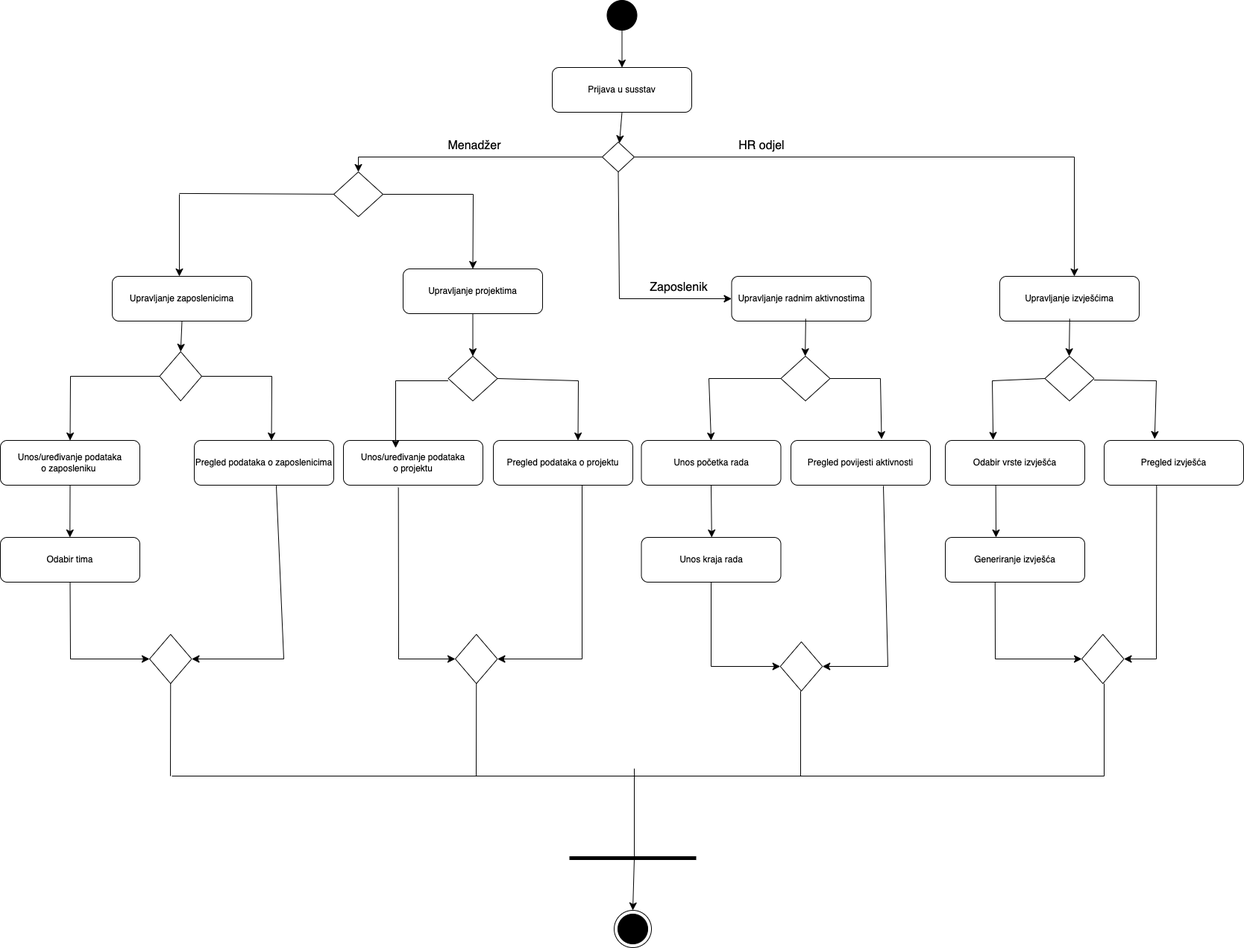
The draw.io diagram Specifkacija dizajna/Objektni model/Dijagram aktivnosti.png in JelenaPetrusic/Projektiranje-informacijskih-sustava, before a commit. Source tidied: cells renumbered, new cells last; positions are measured from the earlier drawing's top-left corner, leaving out a move shared by most shapes.
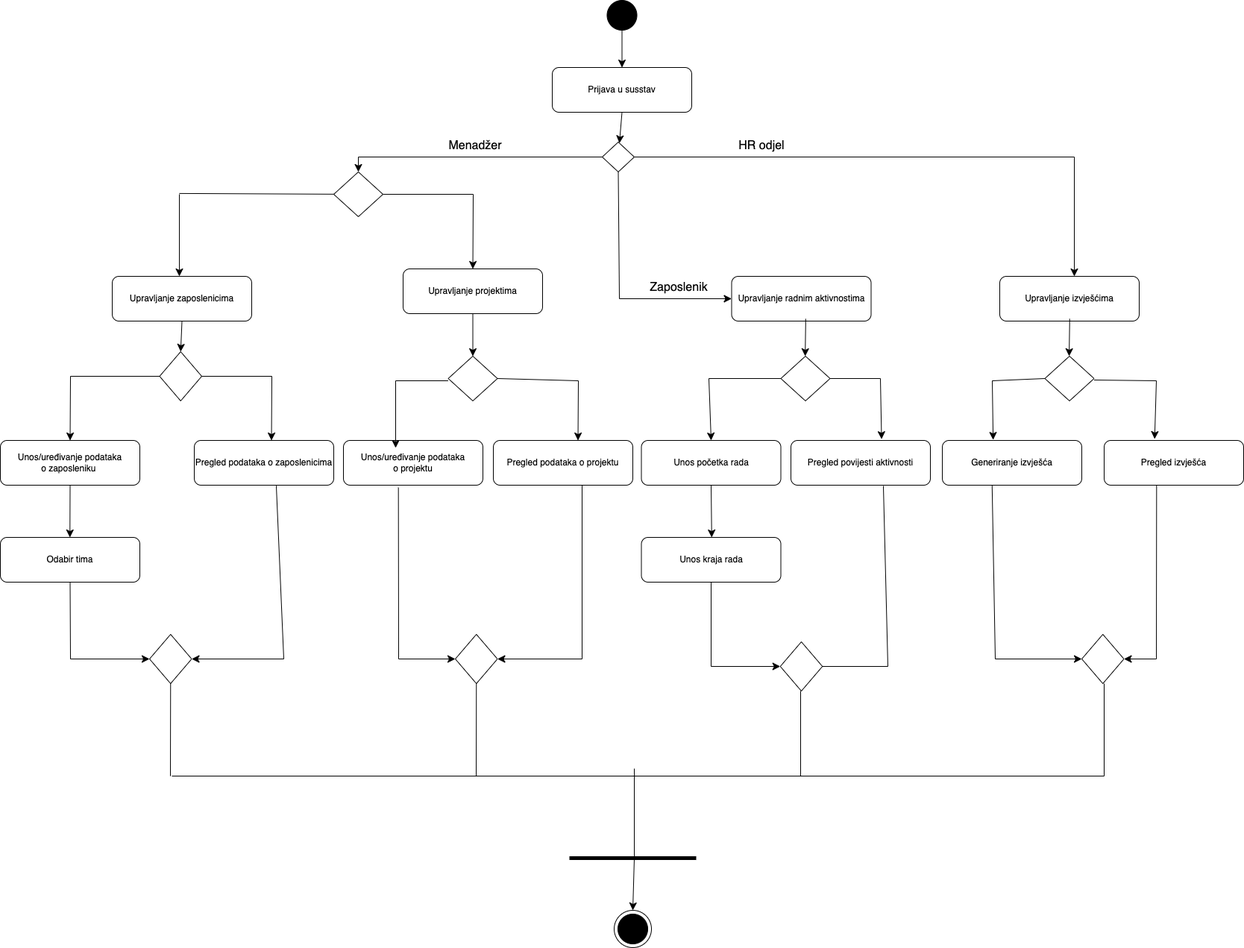
Later version of the same file.

Change to the diagram source:
```diff
@@ -157,14 +157,6 @@
     <mxCell id="35" value="Pregled povijesti aktivnosti" style="rounded=1;whiteSpace=wrap;html=1;" parent="1" vertex="1">
       <mxGeometry x="1060" y="590" width="187" height="60" as="geometry" />
     </mxCell>
-    <mxCell id="36" style="edgeStyle=none;curved=1;rounded=0;jettySize=auto;html=1;exitX=0.362;exitY=1.013;exitDx=0;exitDy=0;fontSize=12;startSize=8;endSize=8;exitPerimeter=0;" parent="1" edge="1" source="37">
-      <mxGeometry relative="1" as="geometry">
-        <mxPoint x="1335" y="720" as="targetPoint" />
-      </mxGeometry>
-    </mxCell>
-    <mxCell id="37" value="Odabir vrste izvješća" style="rounded=1;whiteSpace=wrap;html=1;" parent="1" vertex="1">
-      <mxGeometry x="1267" y="590" width="187" height="60" as="geometry" />
-    </mxCell>
     <mxCell id="38" style="edgeStyle=none;curved=0;rounded=0;jettySize=auto;html=1;entryX=0.5;entryY=0;entryDx=0;entryDy=0;fontSize=12;startSize=8;endSize=8;exitX=0.376;exitY=1.011;exitDx=0;exitDy=0;exitPerimeter=0;" parent="1" edge="1" source="39" target="52">
       <mxGeometry relative="1" as="geometry">
         <Array as="points">
@@ -217,9 +209,10 @@
         </Array>
       </mxGeometry>
     </mxCell>
-    <mxCell id="46" style="edgeStyle=none;curved=0;rounded=0;jettySize=auto;html=1;exitX=0;exitY=0.5;exitDx=0;exitDy=0;fontSize=12;startSize=8;endSize=8;entryX=0.343;entryY=-0.014;entryDx=0;entryDy=0;entryPerimeter=0;" parent="1" edge="1" target="37">
+    <mxCell id="46" style="edgeStyle=none;curved=0;rounded=0;orthogonalLoop=1;jettySize=auto;html=1;exitX=0;exitY=0.5;exitDx=0;exitDy=0;fontSize=12;startSize=8;endSize=8;entryX=0.343;entryY=-0.014;entryDx=0;entryDy=0;entryPerimeter=0;" parent="1" edge="1">
       <mxGeometry relative="1" as="geometry">
         <mxPoint x="1400.5" y="507" as="sourcePoint" />
+        <mxPoint x="1331.1" y="589.2" as="targetPoint" />
         <Array as="points">
           <mxPoint x="1330" y="510" />
         </Array>
@@ -299,7 +292,7 @@
       </mxGeometry>
     </mxCell>
     <mxCell id="62" value="Generiranje izvješća" style="rounded=1;whiteSpace=wrap;html=1;" parent="1" vertex="1">
-      <mxGeometry x="1267" y="720" width="187" height="60" as="geometry" />
+      <mxGeometry x="1263" y="590" width="187" height="60" as="geometry" />
     </mxCell>
     <mxCell id="63" value="Menadžer" style="text;html=1;align=center;verticalAlign=middle;whiteSpace=wrap;rounded=0;fontSize=16;" parent="1" vertex="1">
       <mxGeometry x="606.5" y="180" width="60" height="30" as="geometry" />
```
